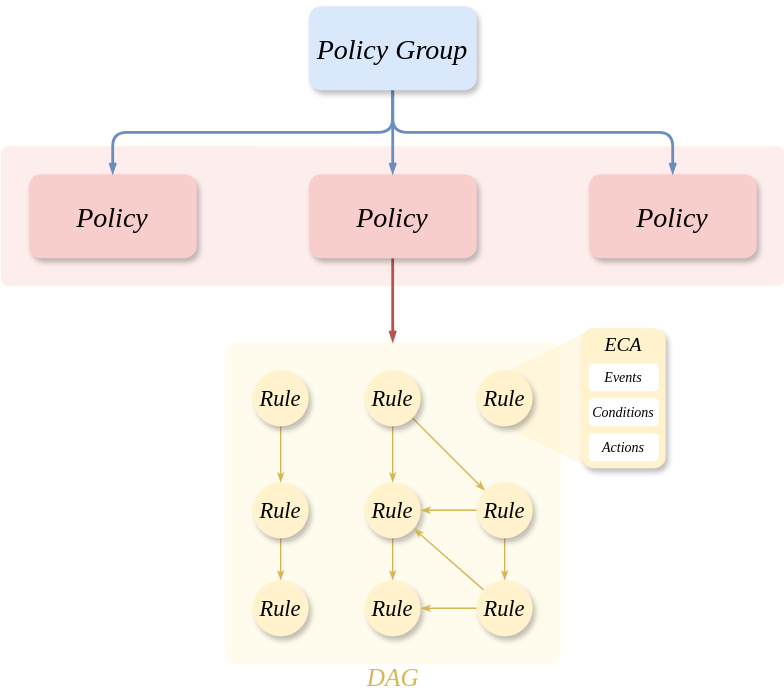
Earlier version of the draw.io export system design/assets/202508091223.svg (Algo2147483647/engineering). Source tidied: cells renumbered, new cells last; positions are measured from the earlier drawing's top-left corner, leaving out a move shared by most shapes. Its diagram source:
```xml
<mxGraphModel>
  <root>
    <mxCell id="0" />
    <mxCell id="1" parent="0" />
    <mxCell id="2" style="rounded=1;whiteSpace=wrap;html=1;fillColor=#f8cecc;strokeColor=none;opacity=35;arcSize=6;" parent="1" vertex="1">
      <mxGeometry y="100" width="560" height="100" as="geometry" />
    </mxCell>
    <mxCell id="3" style="rounded=1;whiteSpace=wrap;html=1;fontFamily=Helvetica;fontSize=11;labelBackgroundColor=default;fillColor=#fff2cc;strokeColor=none;shadow=0;arcSize=4;opacity=35;" parent="1" vertex="1">
      <mxGeometry x="160" y="240" width="240" height="230" as="geometry" />
    </mxCell>
    <mxCell id="4" style="shape=trapezoid;perimeter=trapezoidPerimeter;whiteSpace=wrap;html=1;fixedSize=1;rotation=-90;fillColor=#fff2cc;strokeColor=none;shadow=0;size=30;opacity=50;" parent="1" vertex="1">
      <mxGeometry x="340" y="250" width="96.2" height="61.2" as="geometry" />
    </mxCell>
    <mxCell id="5" style="edgeStyle=orthogonalEdgeStyle;curved=0;rounded=1;jettySize=auto;html=1;entryX=0.5;entryY=0;entryDx=0;entryDy=0;strokeColor=#d6b656;strokeWidth=1;align=center;verticalAlign=middle;fontFamily=Helvetica;fontSize=11;fontColor=default;labelBackgroundColor=default;endArrow=classicThin;endFill=1;fillColor=#fff2cc;shadow=0;endSize=4;" parent="1" edge="1" source="11" target="14">
      <mxGeometry relative="1" as="geometry" />
    </mxCell>
    <mxCell id="6" style="edgeStyle=orthogonalEdgeStyle;shape=connector;rounded=1;jettySize=auto;html=1;entryX=0.5;entryY=0;entryDx=0;entryDy=0;shadow=0;strokeColor=#b85450;strokeWidth=2;align=center;verticalAlign=middle;fontFamily=Helvetica;fontSize=11;fontColor=default;labelBackgroundColor=default;endArrow=openThin;endFill=0;endSize=4;fillColor=#f8cecc;" parent="1" edge="1" source="7" target="3">
      <mxGeometry relative="1" as="geometry">
        <Array as="points">
          <mxPoint x="280" y="220" />
          <mxPoint x="280" y="220" />
        </Array>
      </mxGeometry>
    </mxCell>
    <mxCell id="7" value="&lt;font face=&quot;Times New Roman&quot;&gt;&lt;i&gt;Policy&lt;/i&gt;&lt;/font&gt;" style="rounded=1;whiteSpace=wrap;html=1;fillColor=#f8cecc;strokeColor=none;strokeWidth=2;fontSize=20;shadow=1;" parent="1" vertex="1">
      <mxGeometry x="220" y="120" width="120" height="60" as="geometry" />
    </mxCell>
    <mxCell id="8" style="edgeStyle=none;shape=connector;rounded=1;jettySize=auto;html=1;shadow=0;strokeColor=#d6b656;strokeWidth=1;align=center;verticalAlign=middle;fontFamily=Helvetica;fontSize=11;fontColor=default;labelBackgroundColor=default;endArrow=classicThin;endFill=1;endSize=4;fillColor=#fff2cc;" parent="1" edge="1" source="9" target="19">
      <mxGeometry relative="1" as="geometry" />
    </mxCell>
    <mxCell id="9" value="&lt;font face=&quot;Times New Roman&quot;&gt;&lt;i&gt;Rule&lt;/i&gt;&lt;/font&gt;" style="ellipse;whiteSpace=wrap;html=1;fontSize=16;strokeWidth=2;shadow=1;verticalAlign=middle;horizontal=1;strokeColor=none;fillColor=#fff2cc;" parent="1" vertex="1">
      <mxGeometry x="180" y="260" width="40" height="40" as="geometry" />
    </mxCell>
    <mxCell id="10" style="edgeStyle=none;shape=connector;rounded=1;jettySize=auto;html=1;shadow=0;strokeColor=#d6b656;strokeWidth=1;align=center;verticalAlign=middle;fontFamily=Helvetica;fontSize=11;fontColor=default;labelBackgroundColor=default;endArrow=classicThin;endFill=1;endSize=4;fillColor=#fff2cc;" parent="1" edge="1" source="11" target="17">
      <mxGeometry relative="1" as="geometry" />
    </mxCell>
    <mxCell id="11" value="&lt;font face=&quot;Times New Roman&quot;&gt;&lt;i&gt;Rule&lt;/i&gt;&lt;/font&gt;" style="ellipse;whiteSpace=wrap;html=1;fontSize=16;strokeWidth=2;shadow=1;verticalAlign=middle;horizontal=1;strokeColor=none;fillColor=#fff2cc;" parent="1" vertex="1">
      <mxGeometry x="260" y="260" width="40" height="40" as="geometry" />
    </mxCell>
    <mxCell id="12" value="&lt;font face=&quot;Times New Roman&quot;&gt;&lt;i&gt;Rule&lt;/i&gt;&lt;/font&gt;" style="ellipse;whiteSpace=wrap;html=1;fontSize=16;strokeWidth=2;shadow=1;verticalAlign=middle;horizontal=1;strokeColor=none;fillColor=#fff2cc;" parent="1" vertex="1">
      <mxGeometry x="340" y="260" width="40" height="40" as="geometry" />
    </mxCell>
    <mxCell id="13" style="edgeStyle=none;rounded=1;jettySize=auto;html=1;shadow=0;strokeColor=#d6b656;strokeWidth=1;align=center;verticalAlign=middle;fontFamily=Helvetica;fontSize=11;fontColor=default;labelBackgroundColor=default;endArrow=classicThin;endFill=1;fillColor=#fff2cc;endSize=4;" parent="1" edge="1" source="14" target="27">
      <mxGeometry relative="1" as="geometry" />
    </mxCell>
    <mxCell id="14" value="&lt;font face=&quot;Times New Roman&quot;&gt;&lt;i&gt;Rule&lt;/i&gt;&lt;/font&gt;" style="ellipse;whiteSpace=wrap;html=1;fontSize=16;strokeWidth=2;shadow=1;verticalAlign=middle;horizontal=1;strokeColor=none;fillColor=#fff2cc;" parent="1" vertex="1">
      <mxGeometry x="260" y="340" width="40" height="40" as="geometry" />
    </mxCell>
    <mxCell id="15" style="edgeStyle=none;rounded=1;jettySize=auto;html=1;entryX=0.5;entryY=0;entryDx=0;entryDy=0;shadow=0;strokeColor=#d6b656;strokeWidth=1;align=center;verticalAlign=middle;fontFamily=Helvetica;fontSize=11;fontColor=default;labelBackgroundColor=default;endArrow=classicThin;endFill=1;fillColor=#fff2cc;endSize=4;" parent="1" edge="1" source="17" target="30">
      <mxGeometry relative="1" as="geometry" />
    </mxCell>
    <mxCell id="16" style="edgeStyle=none;shape=connector;rounded=1;jettySize=auto;html=1;shadow=0;strokeColor=#d6b656;strokeWidth=1;align=center;verticalAlign=middle;fontFamily=Helvetica;fontSize=11;fontColor=default;labelBackgroundColor=default;endArrow=classicThin;endFill=1;endSize=4;fillColor=#fff2cc;" parent="1" edge="1" source="17" target="14">
      <mxGeometry relative="1" as="geometry" />
    </mxCell>
    <mxCell id="17" value="&lt;font face=&quot;Times New Roman&quot;&gt;&lt;i&gt;Rule&lt;/i&gt;&lt;/font&gt;" style="ellipse;whiteSpace=wrap;html=1;fontSize=16;strokeWidth=2;shadow=1;verticalAlign=middle;horizontal=1;strokeColor=none;fillColor=#fff2cc;" parent="1" vertex="1">
      <mxGeometry x="340" y="340" width="40" height="40" as="geometry" />
    </mxCell>
    <mxCell id="18" style="edgeStyle=none;shape=connector;rounded=1;jettySize=auto;html=1;shadow=0;strokeColor=#d6b656;strokeWidth=1;align=center;verticalAlign=middle;fontFamily=Helvetica;fontSize=11;fontColor=default;labelBackgroundColor=default;endArrow=classicThin;endFill=1;endSize=4;fillColor=#fff2cc;" parent="1" edge="1" source="19" target="26">
      <mxGeometry relative="1" as="geometry" />
    </mxCell>
    <mxCell id="19" value="&lt;font face=&quot;Times New Roman&quot;&gt;&lt;i&gt;Rule&lt;/i&gt;&lt;/font&gt;" style="ellipse;whiteSpace=wrap;html=1;fontSize=16;strokeWidth=2;shadow=1;verticalAlign=middle;horizontal=1;strokeColor=none;fillColor=#fff2cc;" parent="1" vertex="1">
      <mxGeometry x="180" y="340" width="40" height="40" as="geometry" />
    </mxCell>
    <mxCell id="20" value="&lt;span style=&quot;forced-color-adjust: none; font-size: 18px; font-variant-ligatures: normal; font-variant-caps: normal; letter-spacing: normal; orphans: 2; text-align: center; text-indent: 0px; text-transform: none; widows: 2; word-spacing: 0px; -webkit-text-stroke-width: 0px; white-space: normal; text-decoration-thickness: initial; text-decoration-style: initial; text-decoration-color: initial;&quot;&gt;&lt;font style=&quot;forced-color-adjust: none; font-size: 18px;&quot;&gt;DAG&lt;/font&gt;&lt;/span&gt;" style="text;whiteSpace=wrap;html=1;shadow=0;textShadow=0;labelBackgroundColor=none;fontStyle=2;fontFamily=Times New Roman;fontColor=#D6B656;verticalAlign=middle;" parent="1" vertex="1">
      <mxGeometry x="260" y="470" width="40" height="20" as="geometry" />
    </mxCell>
    <mxCell id="21" style="rounded=1;whiteSpace=wrap;html=1;fillColor=#fff2cc;strokeColor=none;strokeWidth=2;fontSize=20;shadow=1;arcSize=14;" parent="1" vertex="1">
      <mxGeometry x="415" y="230" width="60" height="100" as="geometry" />
    </mxCell>
    <mxCell id="22" value="Events" style="rounded=1;whiteSpace=wrap;html=1;strokeWidth=2;fontSize=10;shadow=0;fontFamily=Times New Roman;fontStyle=2;strokeColor=none;" parent="1" vertex="1">
      <mxGeometry x="420" y="255" width="50" height="20" as="geometry" />
    </mxCell>
    <mxCell id="23" value="Conditions" style="rounded=1;whiteSpace=wrap;html=1;strokeWidth=2;fontSize=10;shadow=0;fontFamily=Times New Roman;fontStyle=2;strokeColor=none;" parent="1" vertex="1">
      <mxGeometry x="420" y="280" width="50" height="20" as="geometry" />
    </mxCell>
    <mxCell id="24" value="Actions" style="rounded=1;whiteSpace=wrap;html=1;strokeWidth=2;fontSize=10;shadow=0;fontFamily=Times New Roman;fontStyle=2;strokeColor=none;" parent="1" vertex="1">
      <mxGeometry x="420" y="305" width="50" height="20" as="geometry" />
    </mxCell>
    <mxCell id="25" value="&lt;span style=&quot;color: rgb(0, 0, 0); font-family: &amp;quot;Times New Roman&amp;quot;; font-size: 14px; font-style: italic; font-variant-ligatures: normal; font-variant-caps: normal; font-weight: 400; letter-spacing: normal; orphans: 2; text-indent: 0px; text-transform: none; widows: 2; word-spacing: 0px; -webkit-text-stroke-width: 0px; white-space: normal; text-decoration-thickness: initial; text-decoration-style: initial; text-decoration-color: initial; float: none; display: inline !important;&quot;&gt;ECA&lt;/span&gt;" style="text;whiteSpace=wrap;html=1;align=center;verticalAlign=middle;labelBackgroundColor=none;" parent="1" vertex="1">
      <mxGeometry x="415" y="230" width="60" height="25" as="geometry" />
    </mxCell>
    <mxCell id="26" value="&lt;font face=&quot;Times New Roman&quot;&gt;&lt;i&gt;Rule&lt;/i&gt;&lt;/font&gt;" style="ellipse;whiteSpace=wrap;html=1;fontSize=16;strokeWidth=2;shadow=1;verticalAlign=middle;horizontal=1;strokeColor=none;fillColor=#fff2cc;" parent="1" vertex="1">
      <mxGeometry x="180" y="410" width="40" height="40" as="geometry" />
    </mxCell>
    <mxCell id="27" value="&lt;font face=&quot;Times New Roman&quot;&gt;&lt;i&gt;Rule&lt;/i&gt;&lt;/font&gt;" style="ellipse;whiteSpace=wrap;html=1;fontSize=16;strokeWidth=2;shadow=1;verticalAlign=middle;horizontal=1;strokeColor=none;fillColor=#fff2cc;" parent="1" vertex="1">
      <mxGeometry x="260" y="410" width="40" height="40" as="geometry" />
    </mxCell>
    <mxCell id="28" style="edgeStyle=none;shape=connector;rounded=1;jettySize=auto;html=1;shadow=0;strokeColor=#d6b656;strokeWidth=1;align=center;verticalAlign=middle;fontFamily=Helvetica;fontSize=11;fontColor=default;labelBackgroundColor=default;endArrow=classicThin;endFill=1;endSize=4;fillColor=#fff2cc;" parent="1" edge="1" source="30" target="14">
      <mxGeometry relative="1" as="geometry" />
    </mxCell>
    <mxCell id="29" style="edgeStyle=none;shape=connector;rounded=1;jettySize=auto;html=1;entryX=1;entryY=0.5;entryDx=0;entryDy=0;shadow=0;strokeColor=#d6b656;strokeWidth=1;align=center;verticalAlign=middle;fontFamily=Helvetica;fontSize=11;fontColor=default;labelBackgroundColor=default;endArrow=classicThin;endFill=1;endSize=4;fillColor=#fff2cc;" parent="1" edge="1" source="30" target="27">
      <mxGeometry relative="1" as="geometry" />
    </mxCell>
    <mxCell id="30" value="&lt;font face=&quot;Times New Roman&quot;&gt;&lt;i&gt;Rule&lt;/i&gt;&lt;/font&gt;" style="ellipse;whiteSpace=wrap;html=1;fontSize=16;strokeWidth=2;shadow=1;verticalAlign=middle;horizontal=1;strokeColor=none;fillColor=#fff2cc;" parent="1" vertex="1">
      <mxGeometry x="340" y="410" width="40" height="40" as="geometry" />
    </mxCell>
    <mxCell id="31" value="&lt;font face=&quot;Times New Roman&quot;&gt;&lt;i&gt;Policy&lt;/i&gt;&lt;/font&gt;" style="rounded=1;whiteSpace=wrap;html=1;fillColor=#f8cecc;strokeColor=none;strokeWidth=2;fontSize=20;shadow=1;" parent="1" vertex="1">
      <mxGeometry x="20" y="120" width="120" height="60" as="geometry" />
    </mxCell>
    <mxCell id="32" value="&lt;font face=&quot;Times New Roman&quot;&gt;&lt;i&gt;Policy&lt;/i&gt;&lt;/font&gt;" style="rounded=1;whiteSpace=wrap;html=1;fillColor=#f8cecc;strokeColor=none;strokeWidth=2;fontSize=20;shadow=1;" parent="1" vertex="1">
      <mxGeometry x="420" y="120" width="120" height="60" as="geometry" />
    </mxCell>
    <mxCell id="33" style="edgeStyle=orthogonalEdgeStyle;shape=connector;rounded=1;jettySize=auto;html=1;shadow=0;strokeColor=#6c8ebf;strokeWidth=2;align=center;verticalAlign=middle;fontFamily=Helvetica;fontSize=11;fontColor=default;labelBackgroundColor=default;endArrow=openThin;endFill=0;endSize=4;fillColor=#dae8fc;" parent="1" edge="1" source="36" target="7">
      <mxGeometry relative="1" as="geometry" />
    </mxCell>
    <mxCell id="34" style="edgeStyle=orthogonalEdgeStyle;shape=connector;rounded=1;jettySize=auto;html=1;shadow=0;strokeColor=#6c8ebf;strokeWidth=2;align=center;verticalAlign=middle;fontFamily=Helvetica;fontSize=11;fontColor=default;labelBackgroundColor=default;endArrow=openThin;endFill=0;endSize=4;fillColor=#dae8fc;" parent="1" edge="1" source="36" target="31">
      <mxGeometry relative="1" as="geometry">
        <Array as="points">
          <mxPoint x="280" y="90" />
          <mxPoint x="80" y="90" />
        </Array>
      </mxGeometry>
    </mxCell>
    <mxCell id="35" style="edgeStyle=orthogonalEdgeStyle;shape=connector;rounded=1;jettySize=auto;html=1;shadow=0;strokeColor=#6c8ebf;strokeWidth=2;align=center;verticalAlign=middle;fontFamily=Helvetica;fontSize=11;fontColor=default;labelBackgroundColor=default;endArrow=openThin;endFill=0;endSize=4;fillColor=#dae8fc;" parent="1" edge="1" source="36" target="32">
      <mxGeometry relative="1" as="geometry">
        <Array as="points">
          <mxPoint x="280" y="90" />
          <mxPoint x="480" y="90" />
        </Array>
      </mxGeometry>
    </mxCell>
    <mxCell id="36" value="&lt;i style=&quot;background-color: initial;&quot;&gt;&lt;font face=&quot;Times New Roman&quot;&gt;Policy Group&lt;/font&gt;&lt;/i&gt;" style="rounded=1;whiteSpace=wrap;html=1;fillColor=#dae8fc;strokeColor=none;strokeWidth=2;fontSize=20;shadow=1;" parent="1" vertex="1">
      <mxGeometry x="220" width="120" height="60" as="geometry" />
    </mxCell>
  </root>
</mxGraphModel>
```
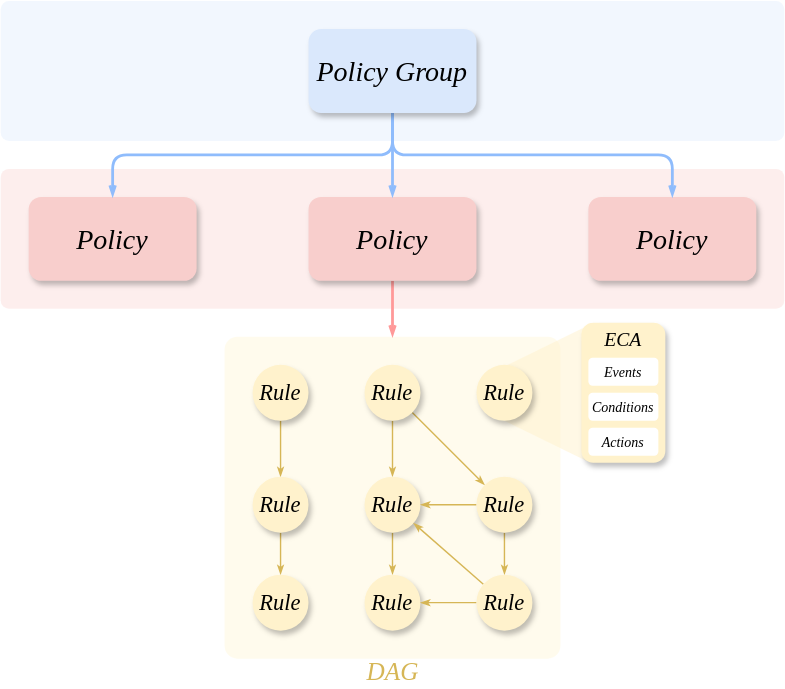
The same file after the commit.

The edit, as a diff of the source:
```diff
@@ -2,8 +2,11 @@
   <root>
     <mxCell id="0" />
     <mxCell id="1" parent="0" />
+    <mxCell id="37" style="rounded=1;whiteSpace=wrap;html=1;fillColor=#dae8fc;strokeColor=none;opacity=35;arcSize=6;" parent="1" vertex="1">
+      <mxGeometry width="560" height="100" as="geometry" />
+    </mxCell>
     <mxCell id="2" style="rounded=1;whiteSpace=wrap;html=1;fillColor=#f8cecc;strokeColor=none;opacity=35;arcSize=6;" parent="1" vertex="1">
-      <mxGeometry y="100" width="560" height="100" as="geometry" />
+      <mxGeometry y="120" width="560" height="100" as="geometry" />
     </mxCell>
     <mxCell id="3" style="rounded=1;whiteSpace=wrap;html=1;fontFamily=Helvetica;fontSize=11;labelBackgroundColor=default;fillColor=#fff2cc;strokeColor=none;shadow=0;arcSize=4;opacity=35;" parent="1" vertex="1">
       <mxGeometry x="160" y="240" width="240" height="230" as="geometry" />
@@ -14,7 +17,7 @@
     <mxCell id="5" style="edgeStyle=orthogonalEdgeStyle;curved=0;rounded=1;jettySize=auto;html=1;entryX=0.5;entryY=0;entryDx=0;entryDy=0;strokeColor=#d6b656;strokeWidth=1;align=center;verticalAlign=middle;fontFamily=Helvetica;fontSize=11;fontColor=default;labelBackgroundColor=default;endArrow=classicThin;endFill=1;fillColor=#fff2cc;shadow=0;endSize=4;" parent="1" edge="1" source="11" target="14">
       <mxGeometry relative="1" as="geometry" />
     </mxCell>
-    <mxCell id="6" style="edgeStyle=orthogonalEdgeStyle;shape=connector;rounded=1;jettySize=auto;html=1;entryX=0.5;entryY=0;entryDx=0;entryDy=0;shadow=0;strokeColor=#b85450;strokeWidth=2;align=center;verticalAlign=middle;fontFamily=Helvetica;fontSize=11;fontColor=default;labelBackgroundColor=default;endArrow=openThin;endFill=0;endSize=4;fillColor=#f8cecc;" parent="1" edge="1" source="7" target="3">
+    <mxCell id="6" style="edgeStyle=orthogonalEdgeStyle;shape=connector;rounded=1;jettySize=auto;html=1;entryX=0.5;entryY=0;entryDx=0;entryDy=0;shadow=0;strokeColor=#FF9999;strokeWidth=2;align=center;verticalAlign=middle;fontFamily=Helvetica;fontSize=11;fontColor=default;labelBackgroundColor=default;endArrow=openThin;endFill=0;endSize=4;fillColor=#f8cecc;" parent="1" edge="1" source="7" target="3">
       <mxGeometry relative="1" as="geometry">
         <Array as="points">
           <mxPoint x="280" y="220" />
@@ -23,7 +26,7 @@
       </mxGeometry>
     </mxCell>
     <mxCell id="7" value="&lt;font face=&quot;Times New Roman&quot;&gt;&lt;i&gt;Policy&lt;/i&gt;&lt;/font&gt;" style="rounded=1;whiteSpace=wrap;html=1;fillColor=#f8cecc;strokeColor=none;strokeWidth=2;fontSize=20;shadow=1;" parent="1" vertex="1">
-      <mxGeometry x="220" y="120" width="120" height="60" as="geometry" />
+      <mxGeometry x="220" y="140" width="120" height="60" as="geometry" />
     </mxCell>
     <mxCell id="8" style="edgeStyle=none;shape=connector;rounded=1;jettySize=auto;html=1;shadow=0;strokeColor=#d6b656;strokeWidth=1;align=center;verticalAlign=middle;fontFamily=Helvetica;fontSize=11;fontColor=default;labelBackgroundColor=default;endArrow=classicThin;endFill=1;endSize=4;fillColor=#fff2cc;" parent="1" edge="1" source="9" target="19">
       <mxGeometry relative="1" as="geometry" />
@@ -95,32 +98,32 @@
       <mxGeometry x="340" y="410" width="40" height="40" as="geometry" />
     </mxCell>
     <mxCell id="31" value="&lt;font face=&quot;Times New Roman&quot;&gt;&lt;i&gt;Policy&lt;/i&gt;&lt;/font&gt;" style="rounded=1;whiteSpace=wrap;html=1;fillColor=#f8cecc;strokeColor=none;strokeWidth=2;fontSize=20;shadow=1;" parent="1" vertex="1">
-      <mxGeometry x="20" y="120" width="120" height="60" as="geometry" />
+      <mxGeometry x="20" y="140" width="120" height="60" as="geometry" />
     </mxCell>
     <mxCell id="32" value="&lt;font face=&quot;Times New Roman&quot;&gt;&lt;i&gt;Policy&lt;/i&gt;&lt;/font&gt;" style="rounded=1;whiteSpace=wrap;html=1;fillColor=#f8cecc;strokeColor=none;strokeWidth=2;fontSize=20;shadow=1;" parent="1" vertex="1">
-      <mxGeometry x="420" y="120" width="120" height="60" as="geometry" />
+      <mxGeometry x="420" y="140" width="120" height="60" as="geometry" />
     </mxCell>
-    <mxCell id="33" style="edgeStyle=orthogonalEdgeStyle;shape=connector;rounded=1;jettySize=auto;html=1;shadow=0;strokeColor=#6c8ebf;strokeWidth=2;align=center;verticalAlign=middle;fontFamily=Helvetica;fontSize=11;fontColor=default;labelBackgroundColor=default;endArrow=openThin;endFill=0;endSize=4;fillColor=#dae8fc;" parent="1" edge="1" source="36" target="7">
+    <mxCell id="33" style="edgeStyle=orthogonalEdgeStyle;shape=connector;rounded=1;jettySize=auto;html=1;shadow=0;strokeColor=#8FBCFC;strokeWidth=2;align=center;verticalAlign=middle;fontFamily=Helvetica;fontSize=11;fontColor=default;labelBackgroundColor=default;endArrow=openThin;endFill=0;endSize=4;fillColor=#dae8fc;" parent="1" edge="1" source="36" target="7">
       <mxGeometry relative="1" as="geometry" />
     </mxCell>
-    <mxCell id="34" style="edgeStyle=orthogonalEdgeStyle;shape=connector;rounded=1;jettySize=auto;html=1;shadow=0;strokeColor=#6c8ebf;strokeWidth=2;align=center;verticalAlign=middle;fontFamily=Helvetica;fontSize=11;fontColor=default;labelBackgroundColor=default;endArrow=openThin;endFill=0;endSize=4;fillColor=#dae8fc;" parent="1" edge="1" source="36" target="31">
+    <mxCell id="34" style="edgeStyle=orthogonalEdgeStyle;shape=connector;rounded=1;jettySize=auto;html=1;shadow=0;strokeColor=#8FBCFC;strokeWidth=2;align=center;verticalAlign=middle;fontFamily=Helvetica;fontSize=11;fontColor=default;labelBackgroundColor=default;endArrow=openThin;endFill=0;endSize=4;fillColor=#dae8fc;" parent="1" edge="1" source="36" target="31">
       <mxGeometry relative="1" as="geometry">
         <Array as="points">
-          <mxPoint x="280" y="90" />
-          <mxPoint x="80" y="90" />
+          <mxPoint x="280" y="110" />
+          <mxPoint x="80" y="110" />
         </Array>
       </mxGeometry>
     </mxCell>
-    <mxCell id="35" style="edgeStyle=orthogonalEdgeStyle;shape=connector;rounded=1;jettySize=auto;html=1;shadow=0;strokeColor=#6c8ebf;strokeWidth=2;align=center;verticalAlign=middle;fontFamily=Helvetica;fontSize=11;fontColor=default;labelBackgroundColor=default;endArrow=openThin;endFill=0;endSize=4;fillColor=#dae8fc;" parent="1" edge="1" source="36" target="32">
+    <mxCell id="35" style="edgeStyle=orthogonalEdgeStyle;shape=connector;rounded=1;jettySize=auto;html=1;shadow=0;strokeColor=#8FBCFC;strokeWidth=2;align=center;verticalAlign=middle;fontFamily=Helvetica;fontSize=11;fontColor=default;labelBackgroundColor=default;endArrow=openThin;endFill=0;endSize=4;fillColor=#dae8fc;" parent="1" edge="1" source="36" target="32">
       <mxGeometry relative="1" as="geometry">
         <Array as="points">
-          <mxPoint x="280" y="90" />
-          <mxPoint x="480" y="90" />
+          <mxPoint x="280" y="110" />
+          <mxPoint x="480" y="110" />
         </Array>
       </mxGeometry>
     </mxCell>
     <mxCell id="36" value="&lt;i style=&quot;background-color: initial;&quot;&gt;&lt;font face=&quot;Times New Roman&quot;&gt;Policy Group&lt;/font&gt;&lt;/i&gt;" style="rounded=1;whiteSpace=wrap;html=1;fillColor=#dae8fc;strokeColor=none;strokeWidth=2;fontSize=20;shadow=1;" parent="1" vertex="1">
-      <mxGeometry x="220" width="120" height="60" as="geometry" />
+      <mxGeometry x="220" y="20" width="120" height="60" as="geometry" />
     </mxCell>
   </root>
 </mxGraphModel>
```
